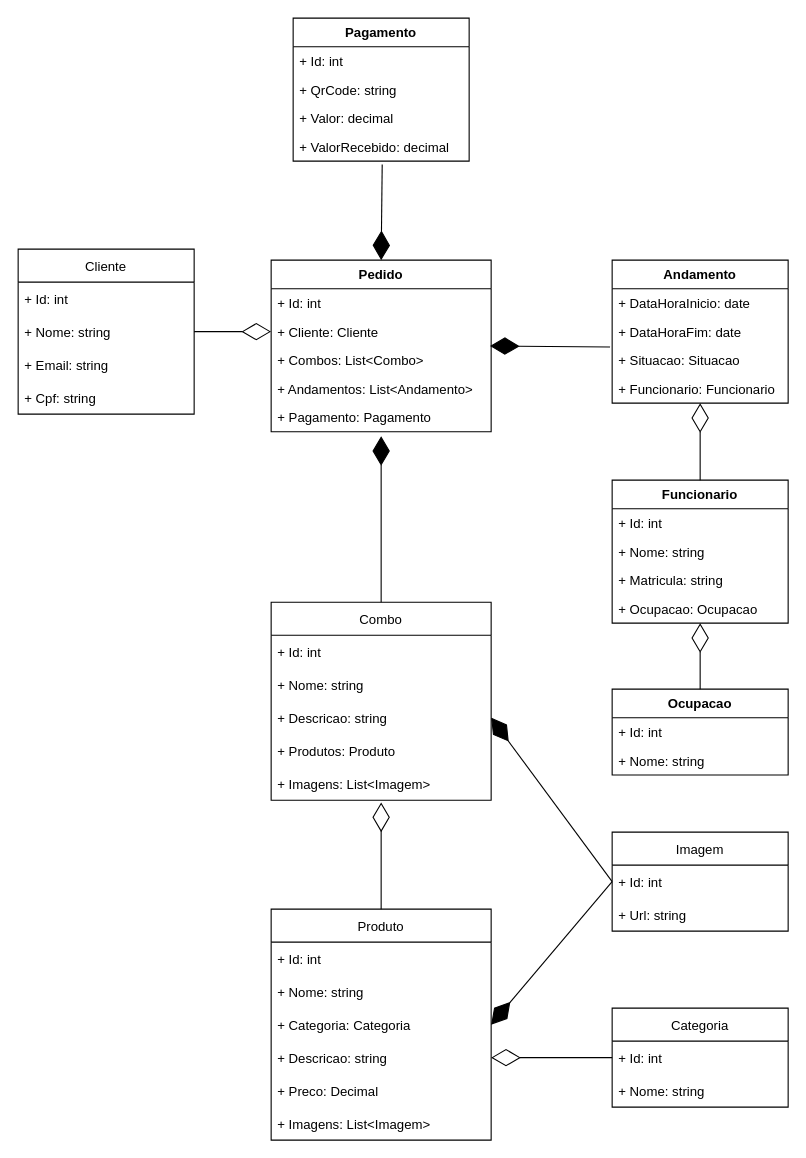
belloniz/group-7 keeps this draw.io diagram as docs/ProjetoGrupo7_v2.drawio. Above is the earlier version. Source tidied: cells renumbered, new cells numbered last; positions are measured from the earlier drawing's top-left corner, leaving out a move shared by most shapes. Both pictures are drawn from the tidied source at 110%, with x=0, y=0 at pixel (18, 18).
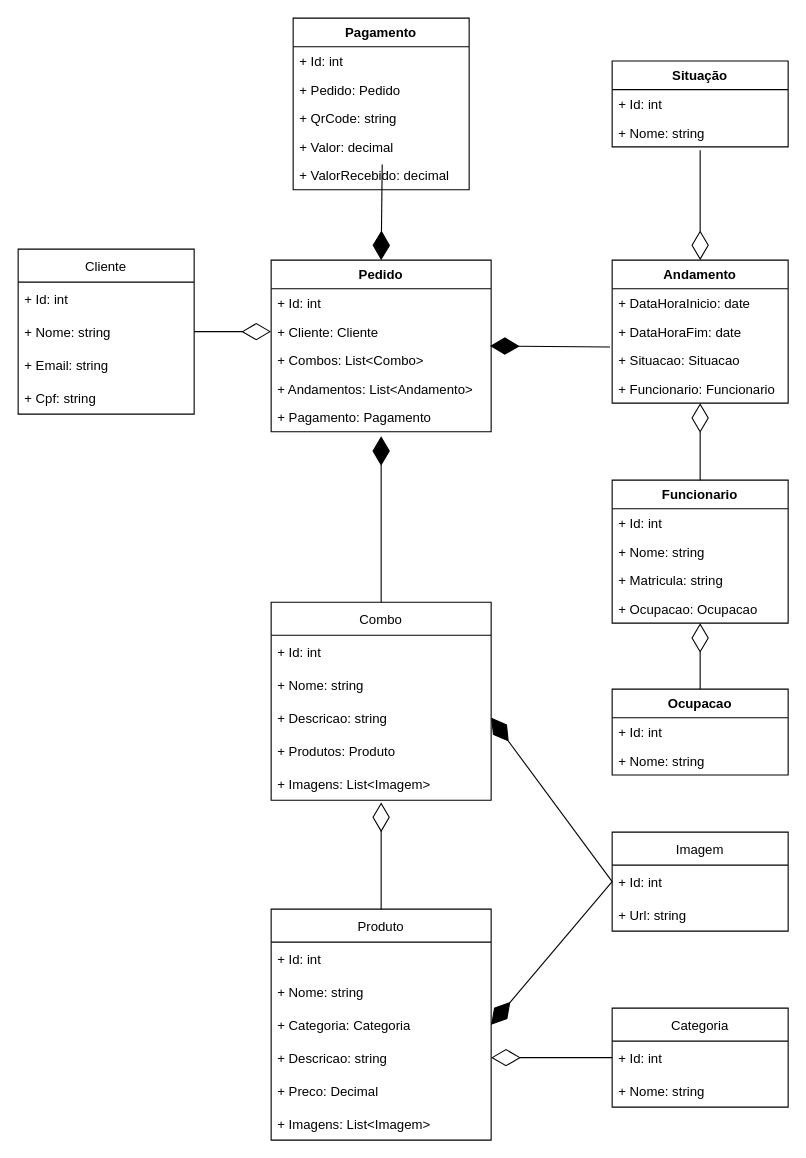
After the change.

Unchanged cells that the change refers to:
```xml
<mxCell id="37" value="Andamento" style="swimlane;fontStyle=1;align=center;verticalAlign=top;horizontal=1;startSize=26;" parent="1" vertex="1">
  <mxGeometry x="540" y="220" width="160" height="130" as="geometry" />
</mxCell>
```

Diff of the diagram source:
```diff
@@
     <mxCell id="32" value="Pagamento" style="swimlane;fontStyle=1;align=center;verticalAlign=top;horizontal=1;startSize=26;" parent="1" vertex="1">
-      <mxGeometry x="250" width="160" height="130" as="geometry" />
+      <mxGeometry x="250" width="160" height="156" as="geometry" />
     </mxCell>
@@
-    <mxCell id="34" value="+ QrCode: string" style="text;strokeColor=none;fillColor=none;align=left;verticalAlign=top;spacingLeft=4;spacingRight=4;overflow=hidden;" parent="32" vertex="1">
+    <mxCell id="34" value="+ Pedido: Pedido" style="text;strokeColor=none;fillColor=none;align=left;verticalAlign=top;spacingLeft=4;spacingRight=4;overflow=hidden;" parent="32" vertex="1">
       <mxGeometry y="52" width="160" height="26" as="geometry" />
     </mxCell>
-    <mxCell id="35" value="+ Valor: decimal" style="text;strokeColor=none;fillColor=none;align=left;verticalAlign=top;spacingLeft=4;spacingRight=4;overflow=hidden;" parent="32" vertex="1">
+    <mxCell id="35" value="+ QrCode: string" style="text;strokeColor=none;fillColor=none;align=left;verticalAlign=top;spacingLeft=4;spacingRight=4;overflow=hidden;" parent="32" vertex="1">
       <mxGeometry y="78" width="160" height="26" as="geometry" />
     </mxCell>
-    <mxCell id="36" value="+ ValorRecebido: decimal" style="text;strokeColor=none;fillColor=none;align=left;verticalAlign=top;spacingLeft=4;spacingRight=4;overflow=hidden;points=[[0,0.5],[1,0.5]];portConstraint=eastwest;" parent="32" vertex="1">
+    <mxCell id="36" value="+ Valor: decimal" style="text;strokeColor=none;fillColor=none;align=left;verticalAlign=top;spacingLeft=4;spacingRight=4;overflow=hidden;points=[[0,0.5],[1,0.5]];portConstraint=eastwest;" parent="32" vertex="1">
       <mxGeometry y="104" width="160" height="26" as="geometry" />
     </mxCell>
+    <mxCell id="60" value="+ ValorRecebido: decimal" style="text;strokeColor=none;fillColor=none;align=left;verticalAlign=top;spacingLeft=4;spacingRight=4;overflow=hidden;" parent="32" vertex="1">
+      <mxGeometry y="130" width="160" height="26" as="geometry" />
+    </mxCell>
@@
+    <mxCell id="61" value="Situação" style="swimlane;fontStyle=1;align=center;verticalAlign=top;horizontal=1;startSize=26;" parent="1" vertex="1">
+      <mxGeometry x="540" y="39" width="160" height="78" as="geometry" />
+    </mxCell>
+    <mxCell id="62" value="+ Id: int" style="text;strokeColor=none;fillColor=none;align=left;verticalAlign=top;spacingLeft=4;spacingRight=4;overflow=hidden;" parent="61" vertex="1">
+      <mxGeometry y="26" width="160" height="26" as="geometry" />
+    </mxCell>
+    <mxCell id="63" value="+ Nome: string" style="text;strokeColor=none;fillColor=none;align=left;verticalAlign=top;spacingLeft=4;spacingRight=4;overflow=hidden;" parent="61" vertex="1">
+      <mxGeometry y="52" width="160" height="26" as="geometry" />
+    </mxCell>
+    <mxCell id="64" style="endArrow=diamondThin;endFill=0;endSize=24;html=1;rounded=0;entryX=0.5;entryY=0;entryDx=0;entryDy=0;" parent="1" edge="1" target="37">
+      <mxGeometry relative="1" as="geometry">
+        <mxPoint x="620" y="120" as="sourcePoint" />
+      </mxGeometry>
+    </mxCell>
```
